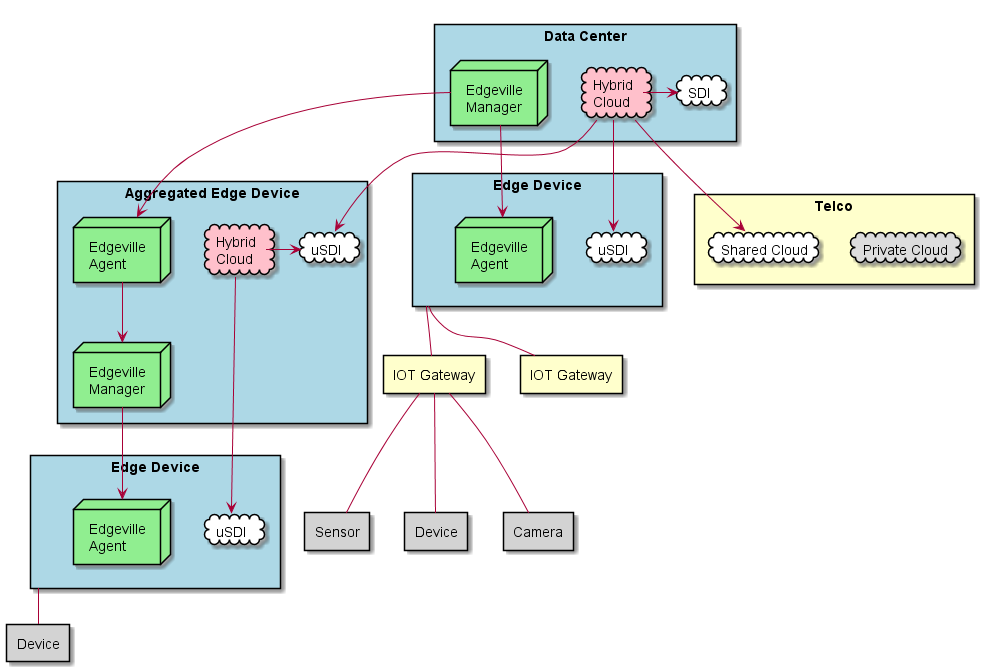
The PlantUML diagram docs/HighLevel.png in CAADE/edgeville, before a commit. Source of this version:
```plantuml
@startuml

rectangle "Data Center" as DC #lightblue {
  cloud SDI #ffffff
  cloud "Hybrid\nCloud" as HC #pink
  node "Edgeville\nManager" as EM #lightgreen
}
rectangle Telco  #ffffcc {
  cloud "Private Cloud" #dddddd
  cloud "Shared Cloud" as SC #ffffff
}
rectangle "Edge Device" as ED1 #lightblue {
  cloud uSDI #ffffff
  node "Edgeville\nAgent" as EA1 #lightgreen
}

rectangle "Aggregated Edge Device" as ED2 #lightblue {
  cloud "uSDI" as uSDI2 #ffffff
  cloud "Hybrid\nCloud" as HC2 #pink
  node "Edgeville\nAgent" as EA2 #lightgreen
  node "Edgeville\nManager" as EM2 #lightgreen
}

rectangle "Edge Device" as ED3 #lightblue {
  cloud "uSDI" as uSDI3 #ffffff
  node "Edgeville\nAgent" as EA3 #lightgreen
}
EM --> EA2
EM --> EA1
EM2 --> EA3
EA2 --> EM2
rectangle "IOT Gateway" as IG1 #ffffcc
rectangle "IOT Gateway" as IG2 #ffffcc
rectangle "Sensor" as D1 #lightgray
rectangle "Device" as D2 #lightgray
rectangle "Camera" as D3 #lightgray

rectangle "Device" as D4 #lightgray

IG1 -- D1
IG1 -- D2
IG1 -- D3
ED1 -- IG1
ED1 -- IG2
ED3 -- D4
HC --> SC
HC --> uSDI2
HC -> SDI
HC -> uSDI
HC2 -> uSDI2
HC2 --> uSDI3

@enduml
```
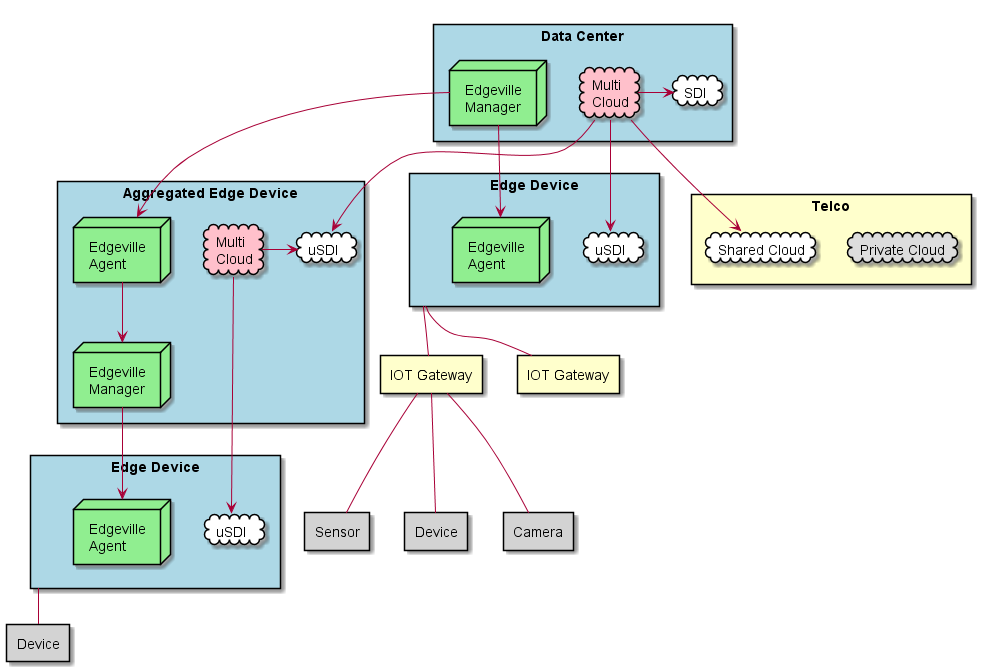
After the change.

Diff of the diagram source:
```diff
@@ -2,7 +2,7 @@
 
 rectangle "Data Center" as DC #lightblue {
   cloud SDI #ffffff
-  cloud "Hybrid\nCloud" as HC #pink
+  cloud "Multi\nCloud" as HC #pink
   node "Edgeville\nManager" as EM #lightgreen
 }
 rectangle Telco  #ffffcc {
@@ -16,7 +16,7 @@
 
 rectangle "Aggregated Edge Device" as ED2 #lightblue {
   cloud "uSDI" as uSDI2 #ffffff
-  cloud "Hybrid\nCloud" as HC2 #pink
+  cloud "Multi\nCloud" as HC2 #pink
   node "Edgeville\nAgent" as EA2 #lightgreen
   node "Edgeville\nManager" as EM2 #lightgreen
 }
```
